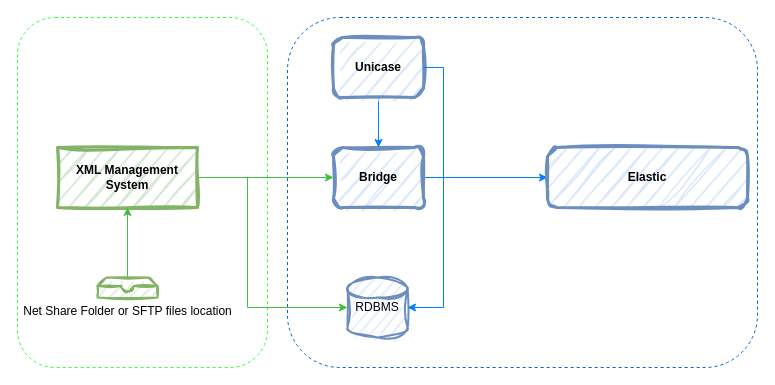
bekosg/test keeps this draw.io diagram as Untitled Diagram.drawio. Above is the earlier version. Source tidied: cells renumbered, new cells numbered last; positions are measured from the earlier drawing's top-left corner, leaving out a move shared by most shapes. Both pictures are drawn from the tidied source at 100%, with x=0, y=0 at pixel (17, 17).
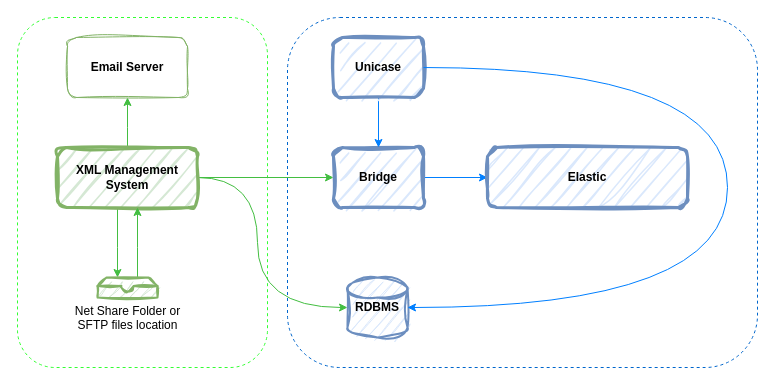
The same diagram, later.

The change refers to these unchanged cells:
```xml
<mxCell id="13" value="Unicase" style="whiteSpace=wrap;align=center;verticalAlign=middle;fontStyle=1;strokeWidth=3;fillColor=#dae8fc;strokeColor=#6c8ebf;rounded=1;sketch=1;curveFitting=1;jiggle=2;" parent="1" vertex="1">
  <mxGeometry x="316" y="20" width="90" height="60" as="geometry" />
</mxCell>
```

The edit, as a diff of the source:
```diff
@@
-    <mxCell id="5" style="edgeStyle=orthogonalEdgeStyle;rounded=0;jettySize=auto;html=1;entryX=0;entryY=0.5;entryDx=0;entryDy=0;entryPerimeter=0;strokeColor=#43BE41;" parent="1" edge="1" source="6" target="9">
+    <mxCell id="5" style="edgeStyle=orthogonalEdgeStyle;rounded=0;jettySize=auto;html=1;entryX=0;entryY=0.5;entryDx=0;entryDy=0;entryPerimeter=0;strokeColor=#43BE41;curved=1;" parent="1" edge="1" source="6" target="9">
       <mxGeometry relative="1" as="geometry">
         <Array as="points">
-          <mxPoint x="230" y="160" />
-          <mxPoint x="230" y="290" />
+          <mxPoint x="240" y="160" />
+          <mxPoint x="240" y="290" />
         </Array>
       </mxGeometry>
     </mxCell>
+    <mxCell id="16" style="edgeStyle=orthogonalEdgeStyle;jettySize=auto;html=1;entryX=0.5;entryY=1;entryDx=0;entryDy=0;strokeColor=#43BE41;rounded=0;" parent="1" edge="1" source="6" target="18">
+      <mxGeometry relative="1" as="geometry">
+        <Array as="points">
+          <mxPoint x="110" y="110" />
+          <mxPoint x="110" y="110" />
+        </Array>
+      </mxGeometry>
+    </mxCell>
+    <mxCell id="17" style="edgeStyle=orthogonalEdgeStyle;rounded=0;jettySize=auto;html=1;strokeColor=#43BE41;" parent="1" edge="1" source="6" target="8">
+      <mxGeometry relative="1" as="geometry">
+        <Array as="points">
+          <mxPoint x="100" y="230" />
+          <mxPoint x="100" y="230" />
+        </Array>
+      </mxGeometry>
+    </mxCell>
-    <mxCell id="6" value="XML Management System" style="whiteSpace=wrap;align=center;verticalAlign=middle;fontStyle=1;strokeWidth=3;fillColor=#d5e8d4;strokeColor=#82b366;sketch=1;curveFitting=1;jiggle=2;" parent="1" vertex="1">
+    <mxCell id="6" value="XML Management System" style="whiteSpace=wrap;align=center;verticalAlign=middle;fontStyle=1;strokeWidth=3;fillColor=#d5e8d4;strokeColor=#82b366;sketch=1;curveFitting=1;jiggle=2;rounded=1;" parent="1" vertex="1">
       <mxGeometry x="40" y="130" width="140" height="60" as="geometry" />
     </mxCell>
     <mxCell id="7" style="edgeStyle=orthogonalEdgeStyle;rounded=0;jettySize=auto;html=1;strokeColor=#43be41;" parent="1" edge="1" source="8" target="6">
-      <mxGeometry relative="1" as="geometry" />
+      <mxGeometry relative="1" as="geometry">
+        <Array as="points">
+          <mxPoint x="120" y="230" />
+          <mxPoint x="120" y="230" />
+        </Array>
+      </mxGeometry>
     </mxCell>
-    <mxCell id="8" value="Net Share Folder or SFTP files location" style="html=1;verticalLabelPosition=bottom;align=center;labelBackgroundColor=#ffffff;verticalAlign=top;strokeWidth=2;strokeColor=#82b366;shadow=0;dashed=0;shape=mxgraph.ios7.icons.storage;fillColor=#d5e8d4;sketch=1;curveFitting=1;jiggle=2;" parent="1" vertex="1">
+    <mxCell id="8" value="Net Share Folder or &lt;br&gt;SFTP files location" style="html=1;verticalLabelPosition=bottom;align=center;labelBackgroundColor=#ffffff;verticalAlign=top;strokeWidth=2;strokeColor=#82b366;shadow=0;dashed=0;shape=mxgraph.ios7.icons.storage;fillColor=#d5e8d4;sketch=1;curveFitting=1;jiggle=2;" parent="1" vertex="1">
       <mxGeometry x="80" y="260" width="60" height="20" as="geometry" />
     </mxCell>
-    <mxCell id="9" value="RDBMS" style="strokeWidth=2;html=1;shape=mxgraph.flowchart.database;whiteSpace=wrap;fillColor=#dae8fc;strokeColor=#6c8ebf;sketch=1;curveFitting=1;jiggle=2;" parent="1" vertex="1">
+    <mxCell id="9" value="RDBMS" style="strokeWidth=2;html=1;shape=mxgraph.flowchart.database;whiteSpace=wrap;fillColor=#dae8fc;strokeColor=#6c8ebf;sketch=1;curveFitting=1;jiggle=2;fontStyle=1;" parent="1" vertex="1">
       <mxGeometry x="330" y="260" width="60" height="60" as="geometry" />
     </mxCell>
@@
     <mxCell id="14" value="Elastic" style="whiteSpace=wrap;align=center;verticalAlign=middle;fontStyle=1;strokeWidth=3;fillColor=#dae8fc;strokeColor=#6c8ebf;rounded=1;sketch=1;curveFitting=1;jiggle=2;" parent="1" vertex="1">
-      <mxGeometry x="530" y="130" width="200" height="60" as="geometry" />
+      <mxGeometry x="470" y="130" width="200" height="60" as="geometry" />
     </mxCell>
-    <mxCell id="15" style="edgeStyle=orthogonalEdgeStyle;rounded=0;jettySize=auto;html=1;entryX=1;entryY=0.5;entryDx=0;entryDy=0;entryPerimeter=0;exitX=1;exitY=0.5;exitDx=0;exitDy=0;strokeColor=#007FFF;" parent="1" edge="1" source="13" target="9">
-      <mxGeometry relative="1" as="geometry" />
+    <mxCell id="15" style="edgeStyle=orthogonalEdgeStyle;rounded=0;jettySize=auto;html=1;entryX=1;entryY=0.5;entryDx=0;entryDy=0;entryPerimeter=0;exitX=1;exitY=0.5;exitDx=0;exitDy=0;strokeColor=#007FFF;curved=1;" parent="1" edge="1" source="13" target="9">
+      <mxGeometry relative="1" as="geometry">
+        <Array as="points">
+          <mxPoint x="710" y="50" />
+          <mxPoint x="710" y="290" />
+        </Array>
+      </mxGeometry>
     </mxCell>
+    <mxCell id="18" value="Email Server" style="rounded=1;whiteSpace=wrap;html=1;sketch=1;curveFitting=1;jiggle=2;strokeColor=#82B366;fontStyle=1;" parent="1" vertex="1">
+      <mxGeometry x="50" y="20" width="120" height="60" as="geometry" />
+    </mxCell>
```
